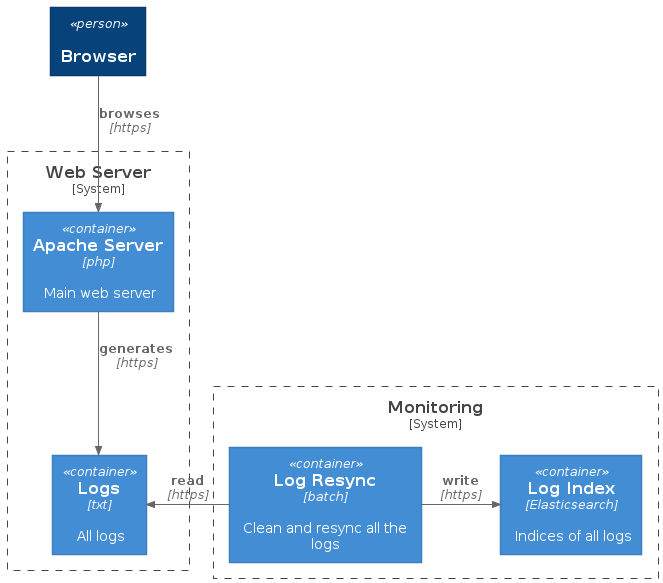
Above: doc/architecture.png in jlcanela/fulltext-search-sample (PlantUML), before the change.
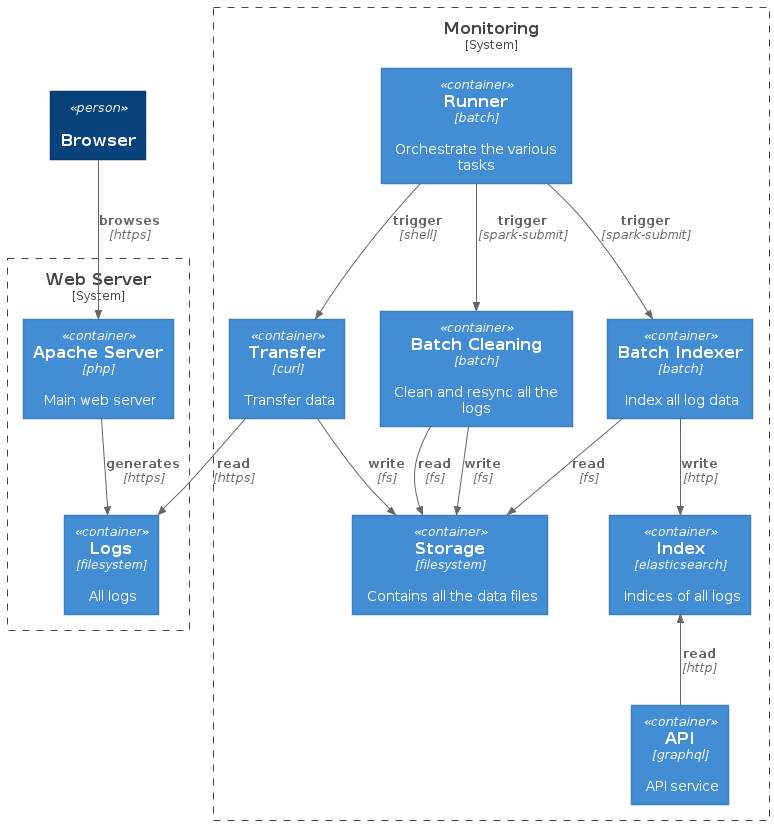
After the change.

Change to the diagram source:
```diff
@@ -7,16 +7,29 @@
 Person(admin, "Browser", $sprite="user")
 System_Boundary(webserver, "Web Server") {
     Container(apache, "Apache Server", "php", $descr="Main web server")
-    Container(filesystem, "Logs", "txt", $descr="All logs")
-    Rel(apache, filesystem, "generates", "https")
+    Container(logs, "Logs", "filesystem", $descr="All logs")
+    Rel(apache, logs, "generates", "https")
     Rel(admin, apache, "browses", "https")
 }
 
 System_Boundary(monitoring, "Monitoring") {
-    Container(log, "Log Resync", "batch", $descr="Clean and resync all the logs")
-    Container(es, "Log Index", "Elasticsearch", $descr="Indices of all logs")
-    Rel_L(log, filesystem, "read", "https")
-    Rel_R(log, es, "write", "https")
+    Container(runner, "Runner", "batch", $descr="Orchestrate the various tasks")
+    Container(curl, "Transfer", "curl", $descr="Transfer data")
+    Container(storage, "Storage", "filesystem", $descr="Contains all the data files")
+    Container(es, "Index", "elasticsearch", $descr="Indices of all logs")
+    Container(clean, "Batch Cleaning", "batch", $descr="Clean and resync all the logs")
+    Container(indexer, "Batch Indexer", "batch", $descr="Index all log data")
+    Container(api, "API", "graphql", $descr="API service")
+    Rel(runner, curl, "trigger", "shell")
+    Rel(runner, clean, "trigger", "spark-submit")
+    Rel(runner, indexer, "trigger", "spark-submit")
+    Rel(curl, logs, "read", "https")
+    Rel(curl, storage, "write", "fs")
+    Rel(clean, storage, "write", "fs")
+    Rel(clean, storage, "read", "fs")
+    Rel(indexer, storage, "read", "fs")
+    Rel(indexer, es, "write", "http")
+    Rel_U(api, es, "read", "http")
 }
 
 @enduml
```
